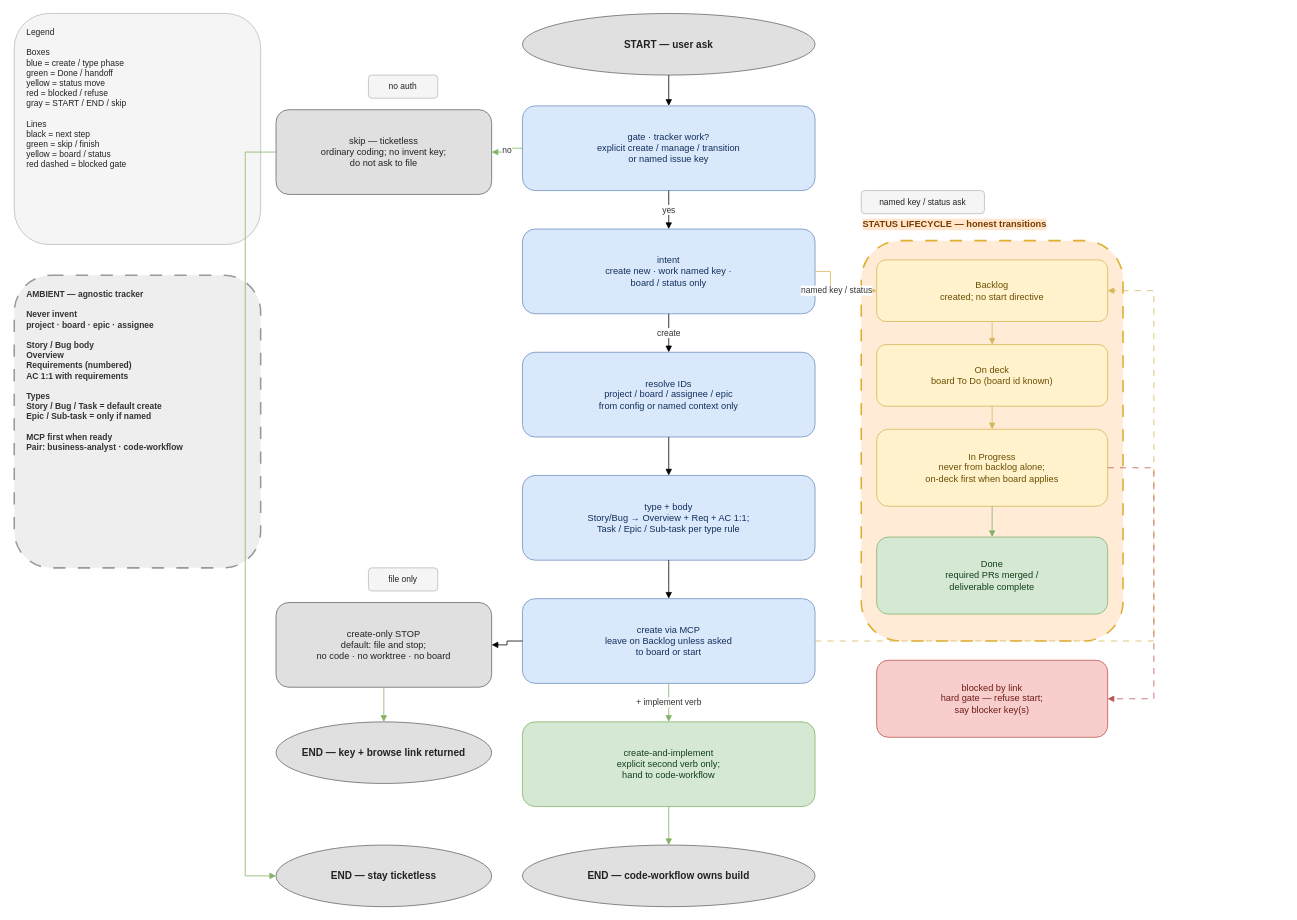
This is plugins/jira/docs/jira-workflow.drawio from nodadyoushutup/marketplace, a draw.io file, before an edit. Source tidied: cells renumbered, new cells numbered last; positions are measured from the earlier drawing's top-left corner, leaving out a move shared by most shapes. Both pictures are drawn from the tidied source at 77%, with x=0, y=0 at pixel (14, 13).
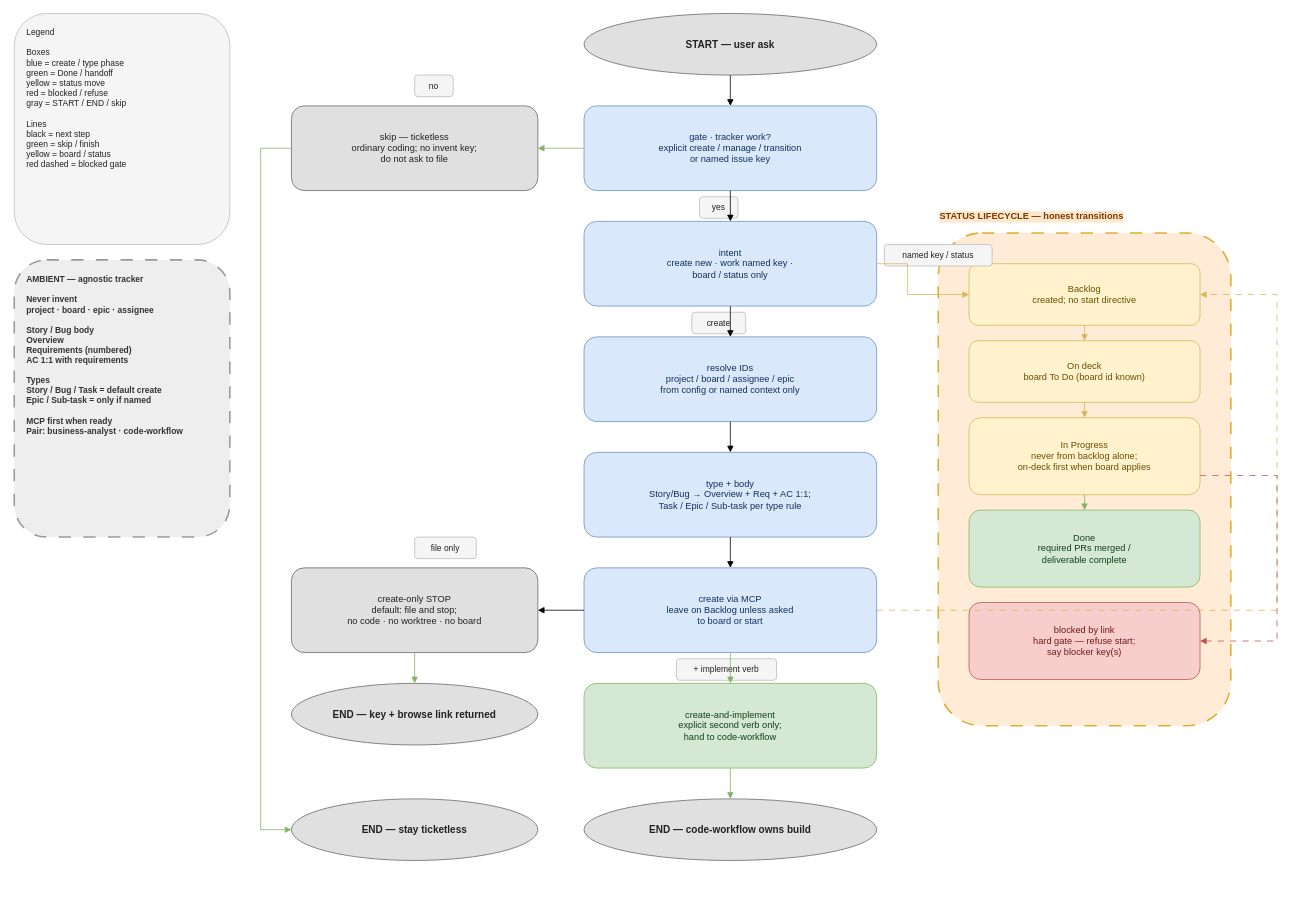
The same diagram, later.

Commit message:
fix(jira): repair jira-workflow drawio layout

Clear the skip bus off ambient, put blocked inside the status region
with ≥40px insets, uniform spine gaps, and chip labels instead of
mid-stroke edge text.

Diff of the diagram source:
```diff
@@
     <mxCell id="2" value="Legend&#10;&#10;Boxes&#10;blue = create / type phase&#10;green = Done / handoff&#10;yellow = status move&#10;red = blocked / refuse&#10;gray = START / END / skip&#10;&#10;Lines&#10;black = next step&#10;green = skip / finish&#10;yellow = board / status&#10;red dashed = blocked gate" style="rounded=1;whiteSpace=wrap;html=1;align=left;verticalAlign=top;spacingLeft=14;spacingRight=14;spacingTop=12;spacingBottom=12;fontSize=11;fillColor=#f5f5f5;strokeColor=#bbbbbb;fontColor=#222222;" parent="1" vertex="1">
-      <mxGeometry width="320" height="300" as="geometry" />
+      <mxGeometry width="280" height="300" as="geometry" />
     </mxCell>
     <mxCell id="3" value="AMBIENT — agnostic tracker&#10;&#10;Never invent&#10;project · board · epic · assignee&#10;&#10;Story / Bug body&#10;Overview&#10;Requirements (numbered)&#10;AC 1:1 with requirements&#10;&#10;Types&#10;Story / Bug / Task = default create&#10;Epic / Sub-task = only if named&#10;&#10;MCP first when ready&#10;Pair: business-analyst · code-workflow" style="rounded=1;whiteSpace=wrap;html=1;dashed=1;dashPattern=8 8;align=left;verticalAlign=top;spacingLeft=14;spacingRight=14;spacingTop=12;spacingBottom=12;fontSize=11;fontStyle=1;fillColor=#eeeeee;strokeColor=#999999;strokeWidth=2;fontColor=#333333;" parent="1" vertex="1">
-      <mxGeometry y="340" width="320" height="380" as="geometry" />
+      <mxGeometry y="320" width="280" height="360" as="geometry" />
     </mxCell>
     <mxCell id="4" value="START — user ask" style="ellipse;whiteSpace=wrap;html=1;align=center;verticalAlign=middle;fontSize=13;fontStyle=1;fillColor=#e0e0e0;strokeColor=#666666;fontColor=#222222;" parent="1" vertex="1">
-      <mxGeometry x="660" width="380" height="80" as="geometry" />
+      <mxGeometry x="740" width="380" height="80" as="geometry" />
     </mxCell>
     <mxCell id="5" value="gate · tracker work?&#10;explicit create / manage / transition&#10;or named issue key" style="rounded=1;whiteSpace=wrap;html=1;align=center;verticalAlign=middle;spacingLeft=12;spacingRight=12;fontSize=12;fillColor=#dae8fc;strokeColor=#6c8ebf;fontColor=#12305B;" parent="1" vertex="1">
-      <mxGeometry x="660" y="120" width="380" height="110" as="geometry" />
+      <mxGeometry x="740" y="120" width="380" height="110" as="geometry" />
     </mxCell>
     <mxCell id="6" value="skip — ticketless&#10;ordinary coding; no invent key;&#10;do not ask to file" style="rounded=1;whiteSpace=wrap;html=1;align=center;verticalAlign=middle;spacingLeft=12;spacingRight=12;fontSize=12;fillColor=#e0e0e0;strokeColor=#666666;fontColor=#222222;" parent="1" vertex="1">
-      <mxGeometry x="340" y="125" width="280" height="110" as="geometry" />
+      <mxGeometry x="360" y="120" width="320" height="110" as="geometry" />
     </mxCell>
     <mxCell id="7" value="intent&#10;create new · work named key ·&#10;board / status only" style="rounded=1;whiteSpace=wrap;html=1;align=center;verticalAlign=middle;spacingLeft=12;spacingRight=12;fontSize=12;fillColor=#dae8fc;strokeColor=#6c8ebf;fontColor=#12305B;" parent="1" vertex="1">
-      <mxGeometry x="660" y="280" width="380" height="110" as="geometry" />
+      <mxGeometry x="740" y="270" width="380" height="110" as="geometry" />
     </mxCell>
     <mxCell id="8" value="resolve IDs&#10;project / board / assignee / epic&#10;from config or named context only" style="rounded=1;whiteSpace=wrap;html=1;align=center;verticalAlign=middle;spacingLeft=12;spacingRight=12;fontSize=12;fillColor=#dae8fc;strokeColor=#6c8ebf;fontColor=#12305B;" parent="1" vertex="1">
-      <mxGeometry x="660" y="440" width="380" height="110" as="geometry" />
+      <mxGeometry x="740" y="420" width="380" height="110" as="geometry" />
     </mxCell>
     <mxCell id="9" value="type + body&#10;Story/Bug → Overview + Req + AC 1:1;&#10;Task / Epic / Sub-task per type rule" style="rounded=1;whiteSpace=wrap;html=1;align=center;verticalAlign=middle;spacingLeft=12;spacingRight=12;fontSize=12;fillColor=#dae8fc;strokeColor=#6c8ebf;fontColor=#12305B;" parent="1" vertex="1">
-      <mxGeometry x="660" y="600" width="380" height="110" as="geometry" />
+      <mxGeometry x="740" y="570" width="380" height="110" as="geometry" />
     </mxCell>
     <mxCell id="10" value="create via MCP&#10;leave on Backlog unless asked&#10;to board or start" style="rounded=1;whiteSpace=wrap;html=1;align=center;verticalAlign=middle;spacingLeft=12;spacingRight=12;fontSize=12;fillColor=#dae8fc;strokeColor=#6c8ebf;fontColor=#12305B;" parent="1" vertex="1">
-      <mxGeometry x="660" y="760" width="380" height="110" as="geometry" />
+      <mxGeometry x="740" y="720" width="380" height="110" as="geometry" />
     </mxCell>
     <mxCell id="11" value="create-only STOP&#10;default: file and stop;&#10;no code · no worktree · no board" style="rounded=1;whiteSpace=wrap;html=1;align=center;verticalAlign=middle;spacingLeft=12;spacingRight=12;fontSize=12;fillColor=#e0e0e0;strokeColor=#666666;fontColor=#222222;" parent="1" vertex="1">
-      <mxGeometry x="340" y="765" width="280" height="110" as="geometry" />
+      <mxGeometry x="360" y="720" width="320" height="110" as="geometry" />
     </mxCell>
     <mxCell id="12" value="create-and-implement&#10;explicit second verb only;&#10;hand to code-workflow" style="rounded=1;whiteSpace=wrap;html=1;align=center;verticalAlign=middle;spacingLeft=12;spacingRight=12;fontSize=12;fillColor=#d5e8d4;strokeColor=#82b366;fontColor=#12401A;" parent="1" vertex="1">
-      <mxGeometry x="660" y="920" width="380" height="110" as="geometry" />
+      <mxGeometry x="740" y="870" width="380" height="110" as="geometry" />
     </mxCell>
     <mxCell id="13" value="STATUS LIFECYCLE — honest transitions" style="text;html=1;align=left;verticalAlign=middle;fontSize=12;fontStyle=1;fontColor=#7A3B00;labelBackgroundColor=#ffe6cc;" parent="1" vertex="1">
-      <mxGeometry x="1100" y="260" width="340" height="28" as="geometry" />
+      <mxGeometry x="1200" y="250" width="380" height="28" as="geometry" />
     </mxCell>
     <mxCell id="14" style="rounded=1;whiteSpace=wrap;html=1;dashed=1;dashPattern=8 8;fillColor=#ffe6cc;strokeColor=#d79b00;strokeWidth=2;opacity=80;" parent="1" vertex="1">
-      <mxGeometry x="1100" y="295" width="340" height="520" as="geometry" />
+      <mxGeometry x="1200" y="285" width="380" height="640" as="geometry" />
     </mxCell>
     <mxCell id="15" value="Backlog&#10;created; no start directive" style="rounded=1;whiteSpace=wrap;html=1;align=center;verticalAlign=middle;spacingLeft=12;spacingRight=12;fontSize=12;fillColor=#fff2cc;strokeColor=#d6b656;fontColor=#6B4E00;" parent="1" vertex="1">
-      <mxGeometry x="1120" y="320" width="300" height="80" as="geometry" />
+      <mxGeometry x="1240" y="325" width="300" height="80" as="geometry" />
     </mxCell>
     <mxCell id="16" value="On deck&#10;board To Do (board id known)" style="rounded=1;whiteSpace=wrap;html=1;align=center;verticalAlign=middle;spacingLeft=12;spacingRight=12;fontSize=12;fillColor=#fff2cc;strokeColor=#d6b656;fontColor=#6B4E00;" parent="1" vertex="1">
-      <mxGeometry x="1120" y="430" width="300" height="80" as="geometry" />
+      <mxGeometry x="1240" y="425" width="300" height="80" as="geometry" />
     </mxCell>
     <mxCell id="17" value="In Progress&#10;never from backlog alone;&#10;on-deck first when board applies" style="rounded=1;whiteSpace=wrap;html=1;align=center;verticalAlign=middle;spacingLeft=12;spacingRight=12;fontSize=12;fillColor=#fff2cc;strokeColor=#d6b656;fontColor=#6B4E00;" parent="1" vertex="1">
-      <mxGeometry x="1120" y="540" width="300" height="100" as="geometry" />
+      <mxGeometry x="1240" y="525" width="300" height="100" as="geometry" />
     </mxCell>
     <mxCell id="18" value="Done&#10;required PRs merged /&#10;deliverable complete" style="rounded=1;whiteSpace=wrap;html=1;align=center;verticalAlign=middle;spacingLeft=12;spacingRight=12;fontSize=12;fillColor=#d5e8d4;strokeColor=#82b366;fontColor=#12401A;" parent="1" vertex="1">
-      <mxGeometry x="1120" y="680" width="300" height="100" as="geometry" />
+      <mxGeometry x="1240" y="645" width="300" height="100" as="geometry" />
     </mxCell>
     <mxCell id="19" value="blocked by link&#10;hard gate — refuse start;&#10;say blocker key(s)" style="rounded=1;whiteSpace=wrap;html=1;align=center;verticalAlign=middle;spacingLeft=12;spacingRight=12;fontSize=12;fillColor=#f8cecc;strokeColor=#b85450;fontColor=#6E1B18;" parent="1" vertex="1">
-      <mxGeometry x="1120" y="840" width="300" height="100" as="geometry" />
+      <mxGeometry x="1240" y="765" width="300" height="100" as="geometry" />
     </mxCell>
+    <mxCell id="21" value="END — key + browse link returned" style="ellipse;whiteSpace=wrap;html=1;align=center;verticalAlign=middle;fontSize=13;fontStyle=1;fillColor=#e0e0e0;strokeColor=#666666;fontColor=#222222;" parent="1" vertex="1">
+      <mxGeometry x="360" y="870" width="320" height="80" as="geometry" />
+    </mxCell>
     <mxCell id="20" value="END — stay ticketless" style="ellipse;whiteSpace=wrap;html=1;align=center;verticalAlign=middle;fontSize=13;fontStyle=1;fillColor=#e0e0e0;strokeColor=#666666;fontColor=#222222;" parent="1" vertex="1">
-      <mxGeometry x="340" y="1080" width="280" height="80" as="geometry" />
+      <mxGeometry x="360" y="1020" width="320" height="80" as="geometry" />
     </mxCell>
-    <mxCell id="21" value="END — key + browse link returned" style="ellipse;whiteSpace=wrap;html=1;align=center;verticalAlign=middle;fontSize=13;fontStyle=1;fillColor=#e0e0e0;strokeColor=#666666;fontColor=#222222;" parent="1" vertex="1">
-      <mxGeometry x="340" y="920" width="280" height="80" as="geometry" />
-    </mxCell>
     <mxCell id="22" value="END — code-workflow owns build" style="ellipse;whiteSpace=wrap;html=1;align=center;verticalAlign=middle;fontSize=13;fontStyle=1;fillColor=#e0e0e0;strokeColor=#666666;fontColor=#222222;" parent="1" vertex="1">
-      <mxGeometry x="660" y="1080" width="380" height="80" as="geometry" />
+      <mxGeometry x="740" y="1020" width="380" height="80" as="geometry" />
     </mxCell>
-    <mxCell id="23" value="no auth" style="rounded=1;whiteSpace=wrap;html=1;align=center;verticalAlign=middle;spacingLeft=10;spacingRight=10;fontSize=11;fillColor=#f5f5f5;strokeColor=#bbbbbb;fontColor=#222222;" parent="1" vertex="1">
-      <mxGeometry x="460" y="80" width="90" height="30" as="geometry" />
+    <mxCell id="23" value="no" style="rounded=1;whiteSpace=wrap;html=1;align=center;verticalAlign=middle;spacingLeft=10;spacingRight=10;fontSize=11;fillColor=#f5f5f5;strokeColor=#bbbbbb;fontColor=#222222;" parent="1" vertex="1">
+      <mxGeometry x="520" y="80" width="50" height="28" as="geometry" />
     </mxCell>
+    <mxCell id="43" value="yes" style="rounded=1;whiteSpace=wrap;html=1;align=center;verticalAlign=middle;spacingLeft=10;spacingRight=10;fontSize=11;fillColor=#f5f5f5;strokeColor=#bbbbbb;fontColor=#222222;" parent="1" vertex="1">
+      <mxGeometry x="890" y="238" width="50" height="28" as="geometry" />
+    </mxCell>
+    <mxCell id="44" value="create" style="rounded=1;whiteSpace=wrap;html=1;align=center;verticalAlign=middle;spacingLeft=10;spacingRight=10;fontSize=11;fillColor=#f5f5f5;strokeColor=#bbbbbb;fontColor=#222222;" parent="1" vertex="1">
+      <mxGeometry x="880" y="388" width="70" height="28" as="geometry" />
+    </mxCell>
+    <mxCell id="25" value="named key / status" style="rounded=1;whiteSpace=wrap;html=1;align=center;verticalAlign=middle;spacingLeft=10;spacingRight=10;fontSize=11;fillColor=#f5f5f5;strokeColor=#bbbbbb;fontColor=#222222;" parent="1" vertex="1">
+      <mxGeometry x="1130" y="300" width="140" height="28" as="geometry" />
+    </mxCell>
     <mxCell id="24" value="file only" style="rounded=1;whiteSpace=wrap;html=1;align=center;verticalAlign=middle;spacingLeft=10;spacingRight=10;fontSize=11;fillColor=#f5f5f5;strokeColor=#bbbbbb;fontColor=#222222;" parent="1" vertex="1">
-      <mxGeometry x="460" y="720" width="90" height="30" as="geometry" />
+      <mxGeometry x="520" y="680" width="80" height="28" as="geometry" />
     </mxCell>
-    <mxCell id="25" value="named key / status ask" style="rounded=1;whiteSpace=wrap;html=1;align=center;verticalAlign=middle;spacingLeft=10;spacingRight=10;fontSize=11;fillColor=#f5f5f5;strokeColor=#bbbbbb;fontColor=#222222;" parent="1" vertex="1">
-      <mxGeometry x="1100" y="230" width="160" height="30" as="geometry" />
-    </mxCell>
+    <mxCell id="45" value="+ implement verb" style="rounded=1;whiteSpace=wrap;html=1;align=center;verticalAlign=middle;spacingLeft=10;spacingRight=10;fontSize=11;fillColor=#f5f5f5;strokeColor=#bbbbbb;fontColor=#222222;" parent="1" vertex="1">
+      <mxGeometry x="860" y="838" width="130" height="28" as="geometry" />
+    </mxCell>
-    <mxCell id="26" style="edgeStyle=orthogonalEdgeStyle;rounded=0;html=1;endArrow=block;jumpStyle=arc;jumpSize=10;" parent="1" edge="1" source="4" target="5">
+    <mxCell id="26" style="edgeStyle=orthogonalEdgeStyle;rounded=0;html=1;endArrow=block;jumpStyle=arc;jumpSize=10;exitX=0.5;exitY=1;exitDx=0;exitDy=0;entryX=0.5;entryY=0;entryDx=0;entryDy=0;" parent="1" edge="1" source="4" target="5">
       <mxGeometry relative="1" as="geometry" />
     </mxCell>
-    <mxCell id="27" value="no" style="edgeStyle=orthogonalEdgeStyle;rounded=0;html=1;endArrow=block;jumpStyle=arc;jumpSize=10;strokeColor=#82b366;labelBackgroundColor=#ffffff;fontSize=11;fontColor=#333333;" parent="1" edge="1" source="5" target="6">
+    <mxCell id="27" style="edgeStyle=orthogonalEdgeStyle;rounded=0;html=1;endArrow=block;jumpStyle=arc;jumpSize=10;strokeColor=#82b366;exitX=0;exitY=0.5;exitDx=0;exitDy=0;entryX=1;entryY=0.5;entryDx=0;entryDy=0;" parent="1" edge="1" source="5" target="6">
       <mxGeometry relative="1" as="geometry" />
     </mxCell>
-    <mxCell id="28" style="edgeStyle=orthogonalEdgeStyle;rounded=0;html=1;endArrow=block;jumpStyle=arc;jumpSize=10;strokeColor=#82b366;" parent="1" edge="1" source="6" target="20">
+    <mxCell id="28" style="edgeStyle=orthogonalEdgeStyle;rounded=0;html=1;endArrow=block;jumpStyle=arc;jumpSize=10;strokeColor=#82b366;exitX=0;exitY=0.5;exitDx=0;exitDy=0;entryX=0;entryY=0.5;entryDx=0;entryDy=0;" parent="1" edge="1" source="6" target="20">
       <mxGeometry relative="1" as="geometry">
         <Array as="points">
-          <mxPoint x="300" y="180" />
-          <mxPoint x="300" y="1120" />
+          <mxPoint x="320" y="175" />
+          <mxPoint x="320" y="1060" />
         </Array>
       </mxGeometry>
     </mxCell>
-    <mxCell id="29" value="yes" style="edgeStyle=orthogonalEdgeStyle;rounded=0;html=1;endArrow=block;jumpStyle=arc;jumpSize=10;labelBackgroundColor=#ffffff;fontSize=11;fontColor=#333333;" parent="1" edge="1" source="5" target="7">
+    <mxCell id="29" style="edgeStyle=orthogonalEdgeStyle;rounded=0;html=1;endArrow=block;jumpStyle=arc;jumpSize=10;exitX=0.5;exitY=1;exitDx=0;exitDy=0;entryX=0.5;entryY=0;entryDx=0;entryDy=0;" parent="1" edge="1" source="5" target="7">
       <mxGeometry relative="1" as="geometry" />
     </mxCell>
-    <mxCell id="30" value="create" style="edgeStyle=orthogonalEdgeStyle;rounded=0;html=1;endArrow=block;jumpStyle=arc;jumpSize=10;labelBackgroundColor=#ffffff;fontSize=11;fontColor=#333333;" parent="1" edge="1" source="7" target="8">
+    <mxCell id="30" style="edgeStyle=orthogonalEdgeStyle;rounded=0;html=1;endArrow=block;jumpStyle=arc;jumpSize=10;exitX=0.5;exitY=1;exitDx=0;exitDy=0;entryX=0.5;entryY=0;entryDx=0;entryDy=0;" parent="1" edge="1" source="7" target="8">
       <mxGeometry relative="1" as="geometry" />
     </mxCell>
-    <mxCell id="31" value="named key / status" style="edgeStyle=orthogonalEdgeStyle;rounded=0;html=1;endArrow=block;jumpStyle=arc;jumpSize=10;strokeColor=#d6b656;labelBackgroundColor=#ffffff;fontSize=11;fontColor=#333333;" parent="1" edge="1" source="7" target="15">
+    <mxCell id="31" style="edgeStyle=orthogonalEdgeStyle;rounded=0;html=1;endArrow=block;jumpStyle=arc;jumpSize=10;strokeColor=#d6b656;exitX=1;exitY=0.5;exitDx=0;exitDy=0;entryX=0;entryY=0.5;entryDx=0;entryDy=0;" parent="1" edge="1" source="7" target="15">
       <mxGeometry relative="1" as="geometry">
         <Array as="points">
-          <mxPoint x="1060" y="335" />
-          <mxPoint x="1060" y="360" />
+          <mxPoint x="1160" y="325" />
+          <mxPoint x="1160" y="365" />
         </Array>
       </mxGeometry>
     </mxCell>
-    <mxCell id="32" style="edgeStyle=orthogonalEdgeStyle;rounded=0;html=1;endArrow=block;jumpStyle=arc;jumpSize=10;" parent="1" edge="1" source="8" target="9">
+    <mxCell id="32" style="edgeStyle=orthogonalEdgeStyle;rounded=0;html=1;endArrow=block;jumpStyle=arc;jumpSize=10;exitX=0.5;exitY=1;exitDx=0;exitDy=0;entryX=0.5;entryY=0;entryDx=0;entryDy=0;" parent="1" edge="1" source="8" target="9">
       <mxGeometry relative="1" as="geometry" />
     </mxCell>
-    <mxCell id="33" style="edgeStyle=orthogonalEdgeStyle;rounded=0;html=1;endArrow=block;jumpStyle=arc;jumpSize=10;" parent="1" edge="1" source="9" target="10">
+    <mxCell id="33" style="edgeStyle=orthogonalEdgeStyle;rounded=0;html=1;endArrow=block;jumpStyle=arc;jumpSize=10;exitX=0.5;exitY=1;exitDx=0;exitDy=0;entryX=0.5;entryY=0;entryDx=0;entryDy=0;" parent="1" edge="1" source="9" target="10">
       <mxGeometry relative="1" as="geometry" />
     </mxCell>
-    <mxCell id="34" style="edgeStyle=orthogonalEdgeStyle;rounded=0;html=1;endArrow=block;jumpStyle=arc;jumpSize=10;" parent="1" edge="1" source="10" target="11">
+    <mxCell id="34" style="edgeStyle=orthogonalEdgeStyle;rounded=0;html=1;endArrow=block;jumpStyle=arc;jumpSize=10;exitX=0;exitY=0.5;exitDx=0;exitDy=0;entryX=1;entryY=0.5;entryDx=0;entryDy=0;" parent="1" edge="1" source="10" target="11">
       <mxGeometry relative="1" as="geometry" />
     </mxCell>
-    <mxCell id="35" style="edgeStyle=orthogonalEdgeStyle;rounded=0;html=1;endArrow=block;jumpStyle=arc;jumpSize=10;strokeColor=#82b366;" parent="1" edge="1" source="11" target="21">
+    <mxCell id="35" style="edgeStyle=orthogonalEdgeStyle;rounded=0;html=1;endArrow=block;jumpStyle=arc;jumpSize=10;strokeColor=#82b366;exitX=0.5;exitY=1;exitDx=0;exitDy=0;entryX=0.5;entryY=0;entryDx=0;entryDy=0;" parent="1" edge="1" source="11" target="21">
       <mxGeometry relative="1" as="geometry" />
     </mxCell>
-    <mxCell id="36" value="+ implement verb" style="edgeStyle=orthogonalEdgeStyle;rounded=0;html=1;endArrow=block;jumpStyle=arc;jumpSize=10;strokeColor=#82b366;labelBackgroundColor=#ffffff;fontSize=11;fontColor=#333333;" parent="1" edge="1" source="10" target="12">
+    <mxCell id="36" style="edgeStyle=orthogonalEdgeStyle;rounded=0;html=1;endArrow=block;jumpStyle=arc;jumpSize=10;strokeColor=#82b366;exitX=0.5;exitY=1;exitDx=0;exitDy=0;entryX=0.5;entryY=0;entryDx=0;entryDy=0;" parent="1" edge="1" source="10" target="12">
       <mxGeometry relative="1" as="geometry" />
     </mxCell>
-    <mxCell id="37" style="edgeStyle=orthogonalEdgeStyle;rounded=0;html=1;endArrow=block;jumpStyle=arc;jumpSize=10;strokeColor=#82b366;" parent="1" edge="1" source="12" target="22">
+    <mxCell id="37" style="edgeStyle=orthogonalEdgeStyle;rounded=0;html=1;endArrow=block;jumpStyle=arc;jumpSize=10;strokeColor=#82b366;exitX=0.5;exitY=1;exitDx=0;exitDy=0;entryX=0.5;entryY=0;entryDx=0;entryDy=0;" parent="1" edge="1" source="12" target="22">
       <mxGeometry relative="1" as="geometry" />
     </mxCell>
-    <mxCell id="38" style="edgeStyle=orthogonalEdgeStyle;rounded=0;html=1;endArrow=block;jumpStyle=arc;jumpSize=10;strokeColor=#d6b656;dashed=1;dashPattern=8 8;" parent="1" edge="1" source="10" target="15">
+    <mxCell id="38" style="edgeStyle=orthogonalEdgeStyle;rounded=0;html=1;endArrow=block;jumpStyle=arc;jumpSize=10;strokeColor=#d6b656;dashed=1;dashPattern=8 8;exitX=1;exitY=0.5;exitDx=0;exitDy=0;entryX=1;entryY=0.5;entryDx=0;entryDy=0;" parent="1" edge="1" source="10" target="15">
       <mxGeometry relative="1" as="geometry">
         <Array as="points">
-          <mxPoint x="1480" y="815" />
-          <mxPoint x="1480" y="360" />
+          <mxPoint x="1640" y="775" />
+          <mxPoint x="1640" y="365" />
         </Array>
       </mxGeometry>
     </mxCell>
-    <mxCell id="39" style="edgeStyle=orthogonalEdgeStyle;rounded=0;html=1;endArrow=block;jumpStyle=arc;jumpSize=10;strokeColor=#d6b656;" parent="1" edge="1" source="15" target="16">
+    <mxCell id="39" style="edgeStyle=orthogonalEdgeStyle;rounded=0;html=1;endArrow=block;jumpStyle=arc;jumpSize=10;strokeColor=#d6b656;exitX=0.5;exitY=1;exitDx=0;exitDy=0;entryX=0.5;entryY=0;entryDx=0;entryDy=0;" parent="1" edge="1" source="15" target="16">
       <mxGeometry relative="1" as="geometry" />
     </mxCell>
-    <mxCell id="40" style="edgeStyle=orthogonalEdgeStyle;rounded=0;html=1;endArrow=block;jumpStyle=arc;jumpSize=10;strokeColor=#d6b656;" parent="1" edge="1" source="16" target="17">
+    <mxCell id="40" style="edgeStyle=orthogonalEdgeStyle;rounded=0;html=1;endArrow=block;jumpStyle=arc;jumpSize=10;strokeColor=#d6b656;exitX=0.5;exitY=1;exitDx=0;exitDy=0;entryX=0.5;entryY=0;entryDx=0;entryDy=0;" parent="1" edge="1" source="16" target="17">
       <mxGeometry relative="1" as="geometry" />
     </mxCell>
-    <mxCell id="41" style="edgeStyle=orthogonalEdgeStyle;rounded=0;html=1;endArrow=block;jumpStyle=arc;jumpSize=10;strokeColor=#82b366;" parent="1" edge="1" source="17" target="18">
+    <mxCell id="41" style="edgeStyle=orthogonalEdgeStyle;rounded=0;html=1;endArrow=block;jumpStyle=arc;jumpSize=10;strokeColor=#82b366;exitX=0.5;exitY=1;exitDx=0;exitDy=0;entryX=0.5;entryY=0;entryDx=0;entryDy=0;" parent="1" edge="1" source="17" target="18">
       <mxGeometry relative="1" as="geometry" />
     </mxCell>
-    <mxCell id="42" style="edgeStyle=orthogonalEdgeStyle;rounded=0;html=1;endArrow=block;jumpStyle=arc;jumpSize=10;strokeColor=#b85450;dashed=1;dashPattern=8 8;" parent="1" edge="1" source="17" target="19">
+    <mxCell id="42" style="edgeStyle=orthogonalEdgeStyle;rounded=0;html=1;endArrow=block;jumpStyle=arc;jumpSize=10;strokeColor=#b85450;dashed=1;dashPattern=8 8;exitX=1;exitY=0.75;exitDx=0;exitDy=0;entryX=1;entryY=0.5;entryDx=0;entryDy=0;" parent="1" edge="1" source="17" target="19">
       <mxGeometry relative="1" as="geometry">
         <Array as="points">
-          <mxPoint x="1480" y="590" />
-          <mxPoint x="1480" y="890" />
+          <mxPoint x="1640" y="600" />
+          <mxPoint x="1640" y="815" />
         </Array>
       </mxGeometry>
     </mxCell>
```
